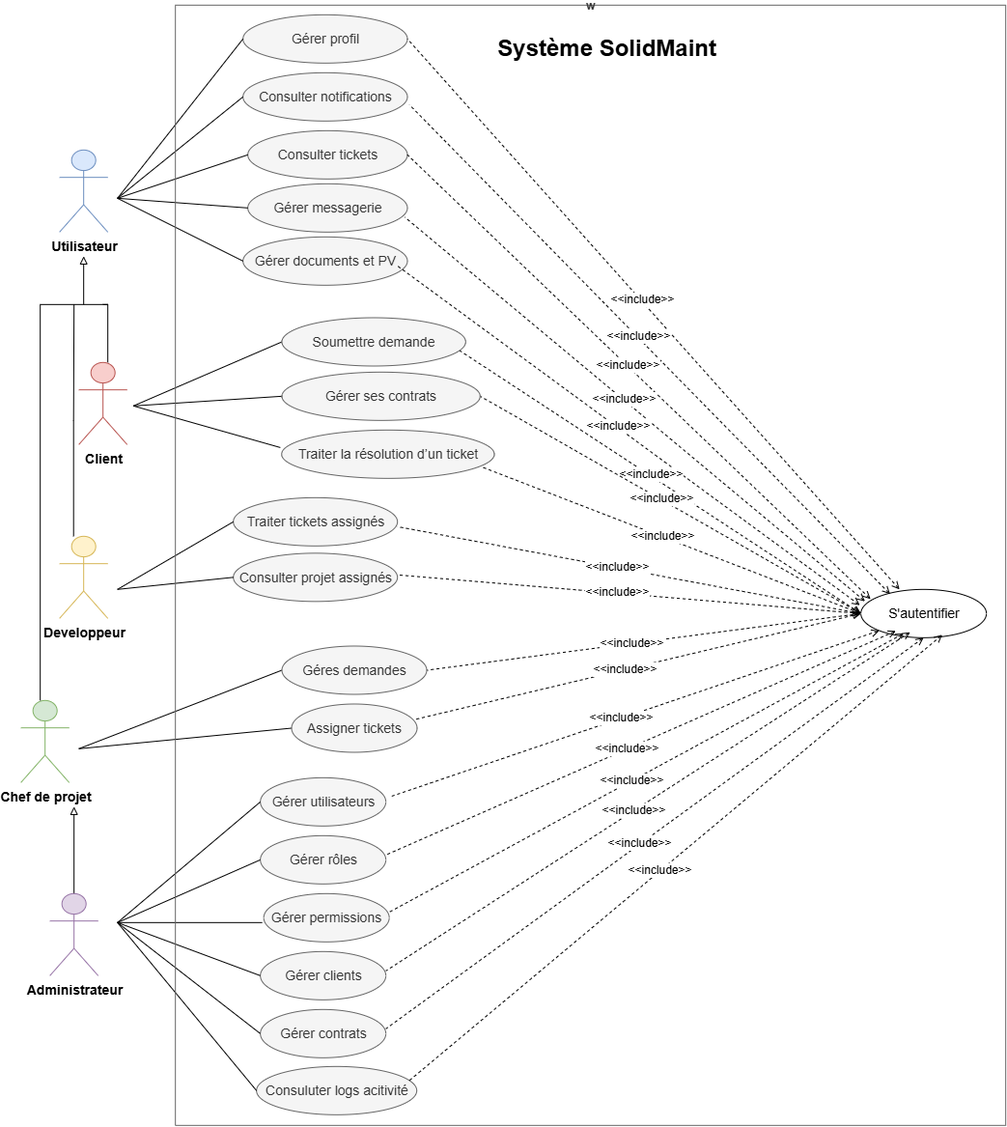
rihab-dev/Rapport-PFE keeps this draw.io diagram as Images/diagramme_cas_utilisation.png. Above is the earlier version. Source tidied: cells renumbered, new cells last; positions are measured from the earlier drawing's top-left corner, leaving out a move shared by most shapes.
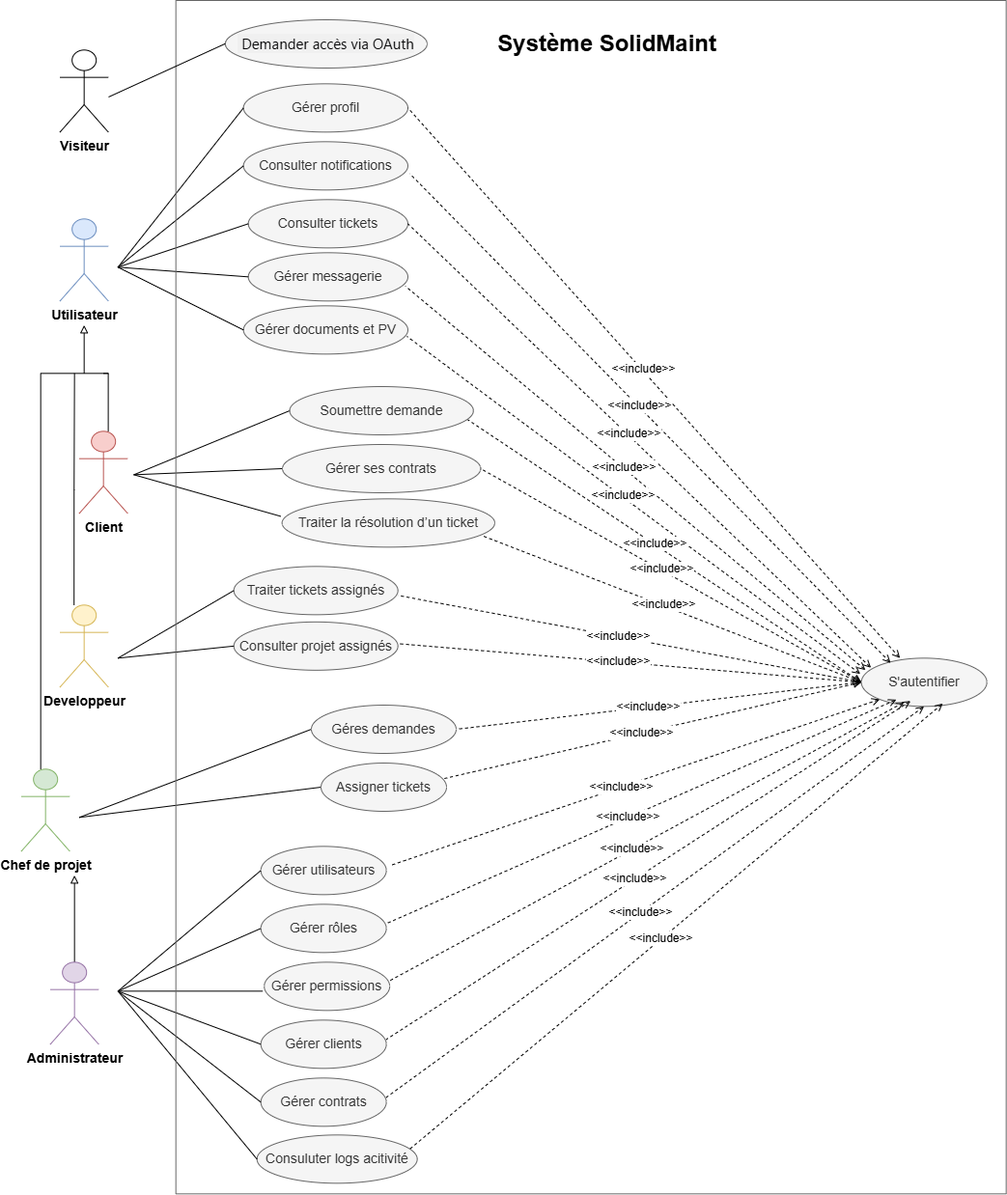
Later version of the same file.

What changed in the source:
```diff
@@ -96,7 +96,7 @@
         <mxPoint x="64.7" y="310.3" as="targetPoint" />
       </mxGeometry>
     </mxCell>
-    <mxCell id="27" value="&lt;font style=&quot;font-size: 14px;&quot;&gt;S'autentifier&lt;/font&gt;" style="ellipse;whiteSpace=wrap;html=1;" parent="1" vertex="1">
+    <mxCell id="27" value="&lt;font style=&quot;font-size: 14px;&quot;&gt;S'autentifier&lt;/font&gt;" style="ellipse;whiteSpace=wrap;html=1;fillColor=#f5f5f5;fontColor=#333333;strokeColor=#666666;" parent="1" vertex="1">
       <mxGeometry x="869.7" y="605.3" width="130" height="50" as="geometry" />
     </mxCell>
     <mxCell id="28" style="endArrow=none;dashed=1;html=1;rounded=0;startArrow=open;startFill=0;entryX=1;entryY=0.5;entryDx=0;entryDy=0;exitX=0.308;exitY=0;exitDx=0;exitDy=0;exitPerimeter=0;" parent="1" edge="1" source="27" target="3">
@@ -131,10 +131,8 @@
         <mxPoint y="1" as="offset" />
       </mxGeometry>
     </mxCell>
-    <mxCell id="36" style="endArrow=none;dashed=1;html=1;rounded=0;startArrow=open;startFill=0;exitX=-0.008;exitY=0.327;exitDx=0;exitDy=0;exitPerimeter=0;" parent="1" edge="1" source="27">
-      <mxGeometry relative="1" as="geometry">
-        <mxPoint x="389.7" y="270.3" as="targetPoint" />
-      </mxGeometry>
+    <mxCell id="36" style="endArrow=none;dashed=1;html=1;rounded=0;startArrow=open;startFill=0;exitX=-0.008;exitY=0.327;exitDx=0;exitDy=0;exitPerimeter=0;entryX=0.994;entryY=0.633;entryDx=0;entryDy=0;entryPerimeter=0;" parent="1" edge="1" source="27" target="23">
+      <mxGeometry relative="1" as="geometry" />
     </mxCell>
     <mxCell id="37" value="&lt;font style=&quot;font-size: 12px;&quot;&gt;&amp;lt;&amp;lt;include&amp;gt;&amp;gt;&lt;/font&gt;" style="edgeLabel;html=1;align=center;verticalAlign=middle;" parent="36" vertex="1">
       <mxGeometry x="0.05" y="-2" relative="1" as="geometry">
@@ -357,23 +355,35 @@
         <mxPoint x="99.7" y="950.3" as="sourcePoint" />
       </mxGeometry>
     </mxCell>
-    <mxCell id="82" value="w" style="swimlane;startSize=0;fillColor=#f5f5f5;strokeColor=#666666;fontColor=#333333;swimlaneFillColor=none;" parent="1" vertex="1">
-      <mxGeometry x="159.7" y="0.3" width="860" height="1160" as="geometry" />
+    <mxCell id="82" style="swimlane;startSize=0;fillColor=#f5f5f5;strokeColor=#666666;fontColor=#333333;swimlaneFillColor=none;swimlaneLine=1;" parent="1" vertex="1">
+      <mxGeometry x="159.7" y="-76" width="860" height="1236.3" as="geometry" />
     </mxCell>
     <mxCell id="83" value="&lt;font style=&quot;font-size: 24px;&quot;&gt;&lt;b&gt;Système SolidMaint&amp;nbsp;&lt;/b&gt;&lt;/font&gt;" style="text;html=1;whiteSpace=wrap;strokeColor=none;fillColor=none;align=center;verticalAlign=middle;rounded=0;" parent="82" vertex="1">
       <mxGeometry x="325" y="30" width="250" height="30" as="geometry" />
     </mxCell>
     <mxCell id="84" value="&lt;font style=&quot;font-size: 14px;&quot;&gt;Géres demandes&lt;/font&gt;" style="ellipse;whiteSpace=wrap;html=1;fillColor=#f5f5f5;fontColor=#333333;strokeColor=#666666;" parent="82" vertex="1">
-      <mxGeometry x="110.3" y="663.7" width="150" height="50" as="geometry" />
+      <mxGeometry x="140.3" y="730" width="150" height="50" as="geometry" />
     </mxCell>
     <mxCell id="85" value="&lt;font style=&quot;font-size: 14px;&quot;&gt;Gérer ses contrats&lt;/font&gt;" style="ellipse;whiteSpace=wrap;html=1;fillColor=#f5f5f5;fontColor=#333333;strokeColor=#666666;" parent="82" vertex="1">
-      <mxGeometry x="110.3" y="380" width="205.3" height="50" as="geometry" />
+      <mxGeometry x="110.3" y="460" width="205.3" height="50" as="geometry" />
     </mxCell>
     <mxCell id="86" value="&lt;font style=&quot;font-size: 14px;&quot;&gt;Soumettre demande&lt;/font&gt;" style="ellipse;whiteSpace=wrap;html=1;fillColor=#f5f5f5;fontColor=#333333;strokeColor=#666666;" parent="82" vertex="1">
-      <mxGeometry x="110.3" y="323.7" width="190.3" height="50" as="geometry" />
+      <mxGeometry x="117.8" y="400" width="190.3" height="50" as="geometry" />
     </mxCell>
     <mxCell id="87" value="&lt;font style=&quot;font-size: 14px;&quot;&gt;Assigner tickets&lt;/font&gt;" style="ellipse;whiteSpace=wrap;html=1;fillColor=#f5f5f5;fontColor=#333333;strokeColor=#666666;" parent="82" vertex="1">
-      <mxGeometry x="120.3" y="723.7" width="130" height="50" as="geometry" />
+      <mxGeometry x="150.3" y="790" width="130" height="50" as="geometry" />
     </mxCell>
+    <mxCell id="88" value="&lt;span style=&quot;color: rgb(8, 8, 9); font-family: &amp;quot;Segoe UI Historic&amp;quot;, &amp;quot;Segoe UI&amp;quot;, Helvetica, Arial, sans-serif; font-size: 15px; text-align: start; white-space: pre-wrap; background-color: rgb(240, 240, 240);&quot;&gt; Demander accès via OAuth&lt;/span&gt;" style="ellipse;whiteSpace=wrap;html=1;fillColor=#f5f5f5;fontColor=#333333;strokeColor=#666666;" parent="82" vertex="1">
+      <mxGeometry x="51.2" y="20" width="209.2" height="50" as="geometry" />
+    </mxCell>
+    <mxCell id="89" style="endArrow=none;html=1;rounded=0;endFill=0;" parent="82" edge="1">
+      <mxGeometry relative="1" as="geometry">
+        <mxPoint x="-69.7" y="100" as="sourcePoint" />
+        <mxPoint x="51.2" y="44.8" as="targetPoint" />
+      </mxGeometry>
+    </mxCell>
+    <mxCell id="90" value="&lt;font style=&quot;font-size: 14px;&quot;&gt;&lt;b style=&quot;&quot;&gt;Visiteur&lt;/b&gt;&lt;/font&gt;" style="shape=umlActor;verticalLabelPosition=bottom;verticalAlign=top;html=1;" parent="1" vertex="1">
+      <mxGeometry x="39.7" y="-24.7" width="50" height="85" as="geometry" />
+    </mxCell>
   </root>
 </mxGraphModel>
```
